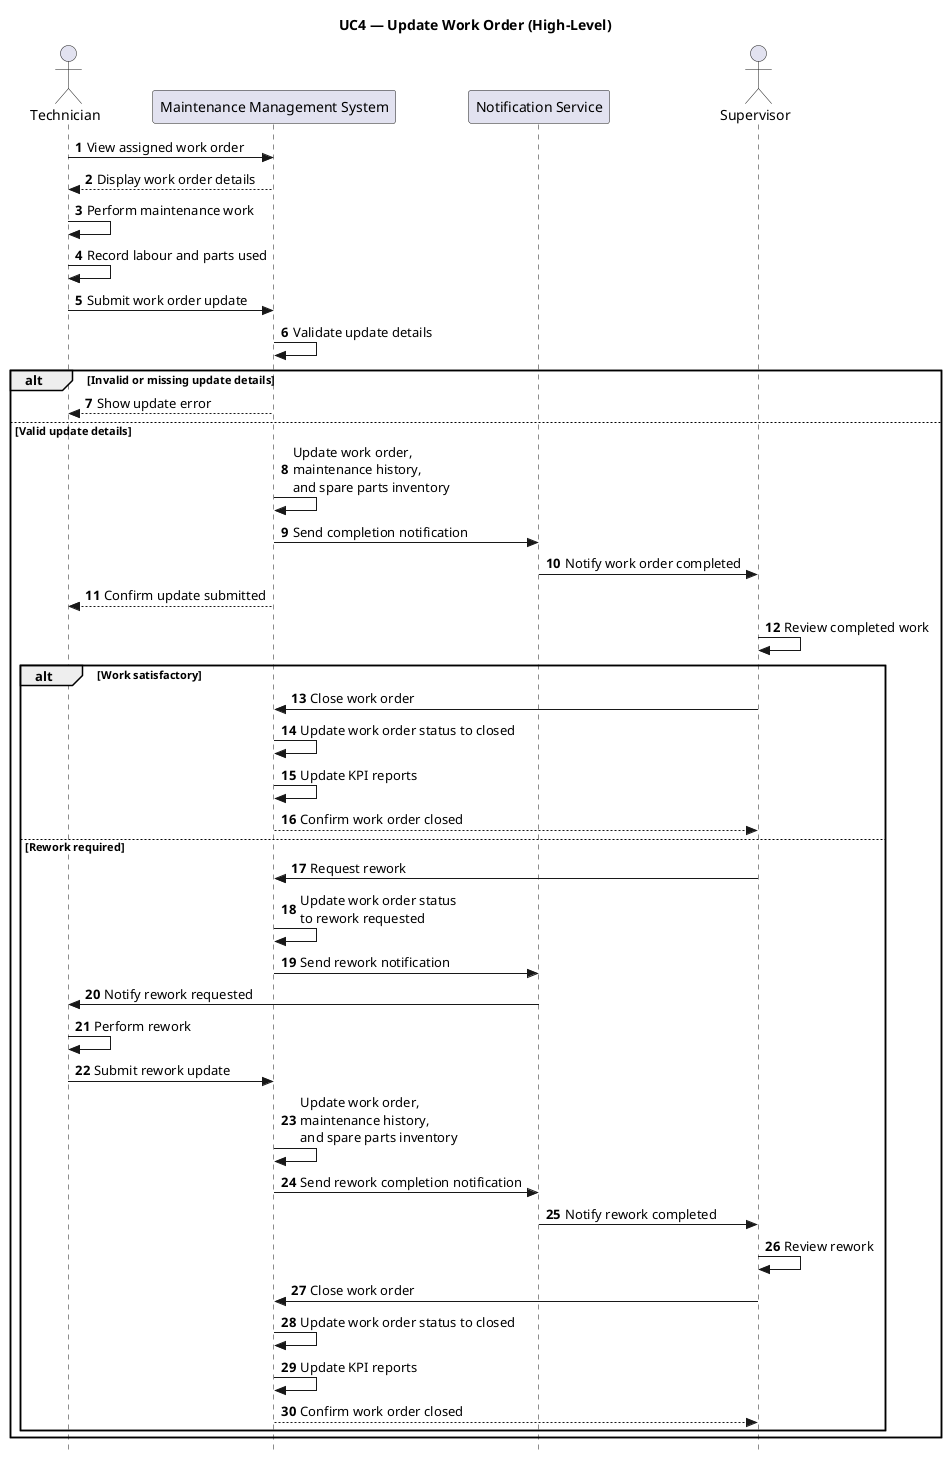
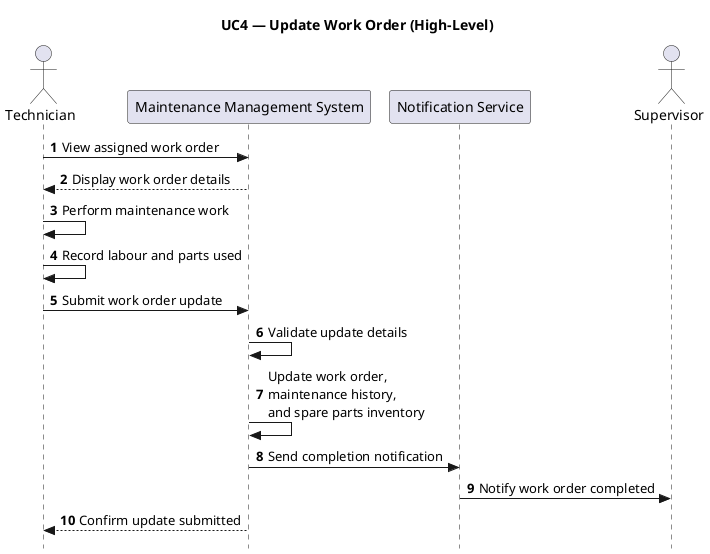
@startuml UC4_HighLevel_Update_Work_Order
title UC4 — Update Work Order (High-Level)

skinparam Style strictuml
autonumber

actor Technician
participant "Maintenance Management System" as MMS
participant "Notification Service" as Notif
actor Supervisor

Technician -> MMS : View assigned work order
MMS --> Technician : Display work order details

Technician -> Technician : Perform maintenance work
Technician -> Technician : Record labour and parts used

Technician -> MMS : Submit work order update
MMS -> MMS : Validate update details
- 
- alt Invalid or missing update details
-     MMS --> Technician : Show update error
- 
- else Valid update details
-     MMS -> MMS : Update work order,\nmaintenance history,\nand spare parts inventory
-     MMS -> Notif : Send completion notification
-     Notif -> Supervisor : Notify work order completed
-     MMS --> Technician : Confirm update submitted
- 
-     Supervisor -> Supervisor : Review completed work
- 
-     alt Work satisfactory
-         Supervisor -> MMS : Close work order
-         MMS -> MMS : Update work order status to closed
-         MMS -> MMS : Update KPI reports
-         MMS --> Supervisor : Confirm work order closed
- 
-     else Rework required
-         Supervisor -> MMS : Request rework
-         MMS -> MMS : Update work order status\nto rework requested
-         MMS -> Notif : Send rework notification
-         Notif -> Technician : Notify rework requested
- 
-         Technician -> Technician : Perform rework
-         Technician -> MMS : Submit rework update
-         MMS -> MMS : Update work order,\nmaintenance history,\nand spare parts inventory
-         MMS -> Notif : Send rework completion notification
-         Notif -> Supervisor : Notify rework completed
- 
-         Supervisor -> Supervisor : Review rework
-         Supervisor -> MMS : Close work order
-         MMS -> MMS : Update work order status to closed
-         MMS -> MMS : Update KPI reports
-         MMS --> Supervisor : Confirm work order closed
-     end
- end
+ MMS -> MMS : Update work order,\nmaintenance history,\nand spare parts inventory
+ MMS -> Notif : Send completion notification
+ Notif -> Supervisor : Notify work order completed
+ MMS --> Technician : Confirm update submitted

@enduml